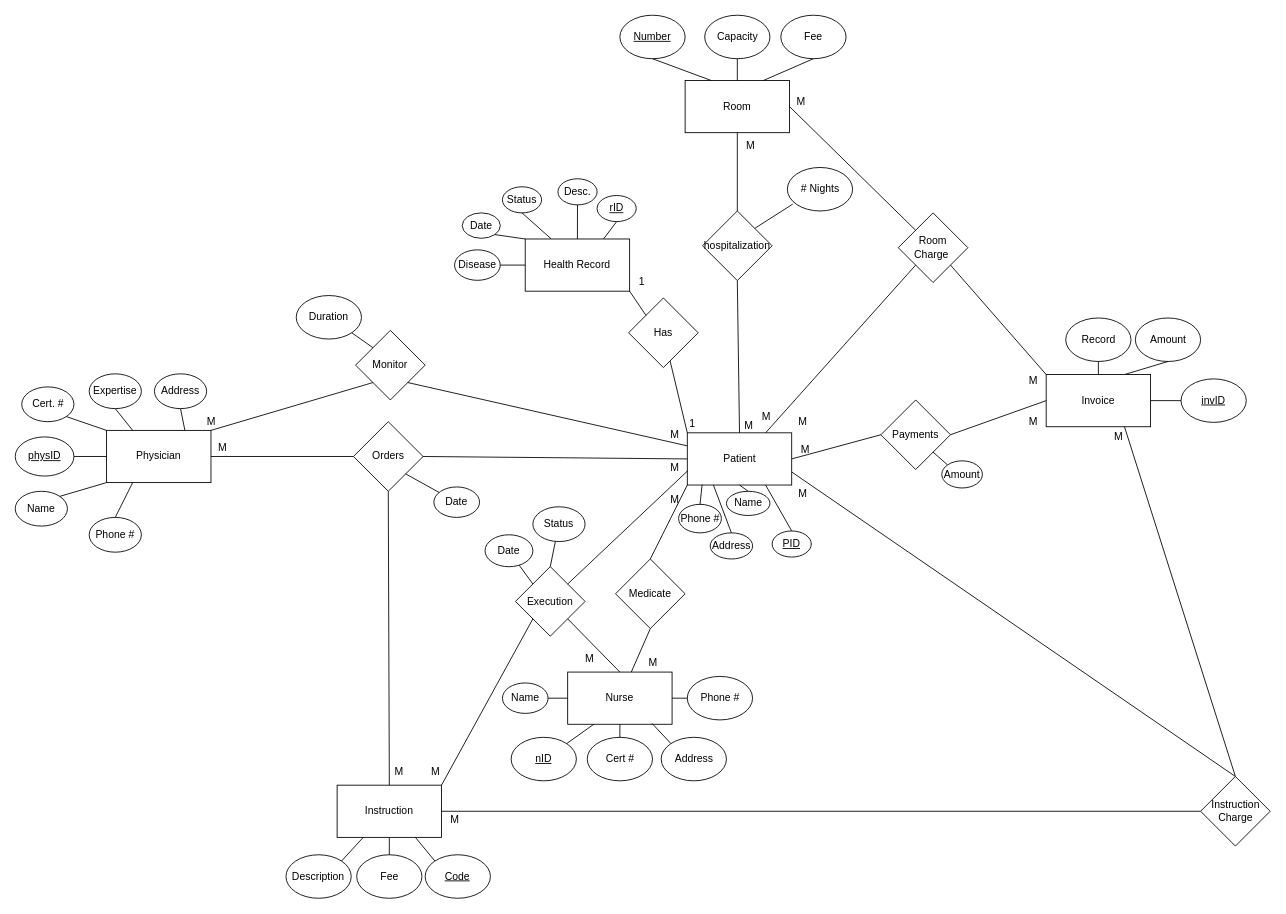
Before: Diagrams/finalERD.drawio in RPetrov453/cs480FinalProject, a draw.io diagram. Source tidied: cells renumbered, new cells numbered last; positions are measured from the earlier drawing's top-left corner, leaving out a move shared by most shapes. Both pictures are drawn from the tidied source at 87%, with x=0, y=0 at pixel (15, 15).
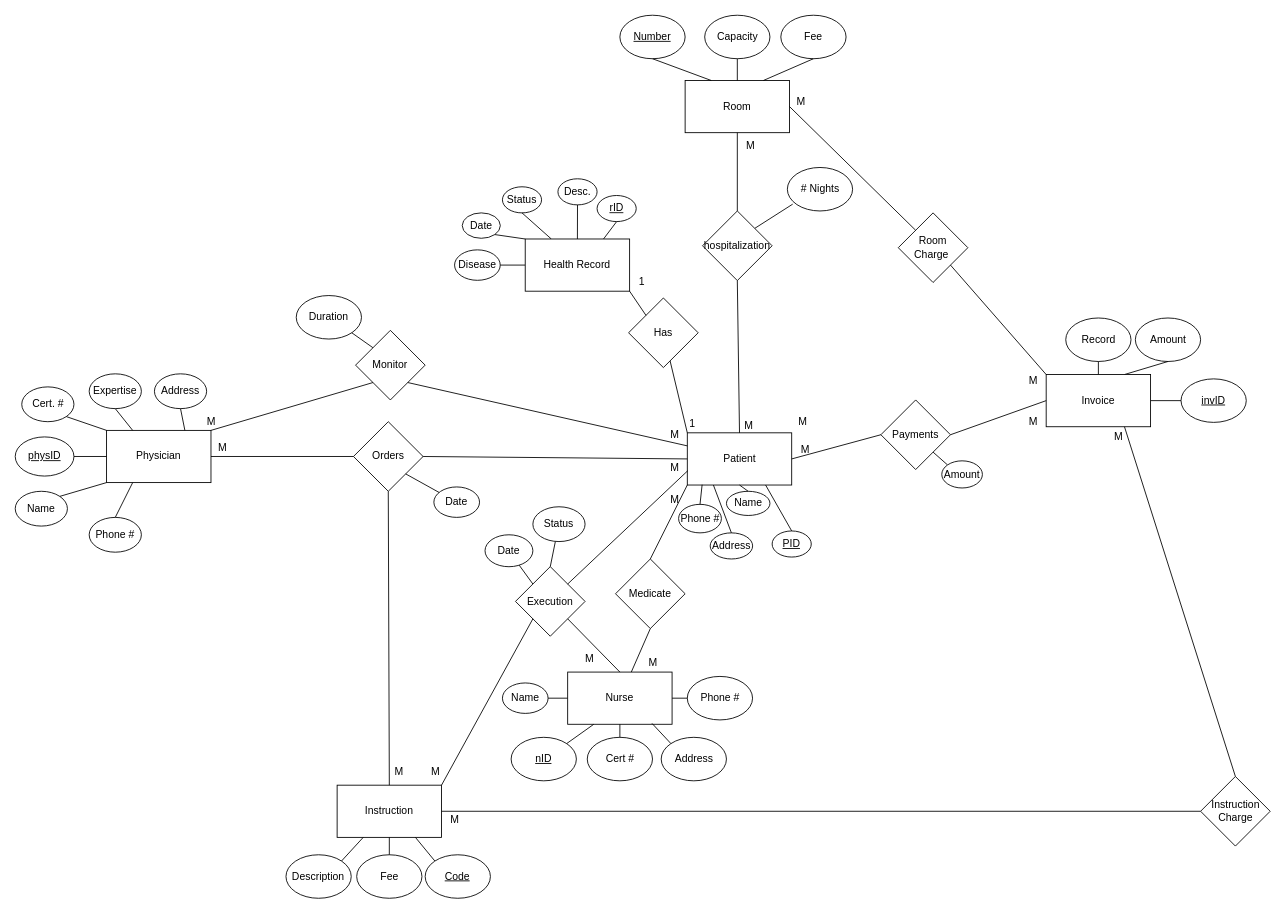
The same diagram, later.

The change refers to these unchanged cells:
```xml
<mxCell id="5" value="Patient" style="rounded=0;whiteSpace=wrap;html=1;" parent="1" vertex="1">
  <mxGeometry x="772.5" y="480" width="120" height="60" as="geometry" />
</mxCell>
<mxCell id="105" value="Room Charge&amp;nbsp;" style="rhombus;whiteSpace=wrap;html=1;" parent="1" vertex="1">
  <mxGeometry x="1015" y="227.2" width="80" height="80" as="geometry" />
</mxCell>
<mxCell id="121" value="Instruction Charge" style="rhombus;whiteSpace=wrap;html=1;" parent="1" vertex="1">
  <mxGeometry x="1362.5" y="875" width="80" height="80" as="geometry" />
</mxCell>
```

Change to the diagram source:
```diff
@@
-    <mxCell id="122" style="endArrow=none;html=1;rounded=0;exitX=0.5;exitY=0;exitDx=0;exitDy=0;entryX=1;entryY=0.75;entryDx=0;entryDy=0;" parent="1" edge="1" source="121" target="5">
-      <mxGeometry relative="1" as="geometry" />
-    </mxCell>
-    <mxCell id="123" style="endArrow=none;html=1;rounded=0;entryX=0;entryY=1;entryDx=0;entryDy=0;exitX=0.75;exitY=0;exitDx=0;exitDy=0;" parent="1" edge="1" source="5" target="105">
-      <mxGeometry relative="1" as="geometry" />
-    </mxCell>
-    <mxCell id="124" value="M" style="text;html=1;align=center;verticalAlign=middle;strokeColor=none;fillColor=none;" parent="1" vertex="1">
-      <mxGeometry x="847.5" y="447.2" width="30" height="30" as="geometry" />
-    </mxCell>
@@
-    <mxCell id="126" value="M" style="text;html=1;align=center;verticalAlign=middle;strokeColor=none;fillColor=none;" parent="1" vertex="1">
-      <mxGeometry x="890" y="535" width="30" height="30" as="geometry" />
-    </mxCell>
```
